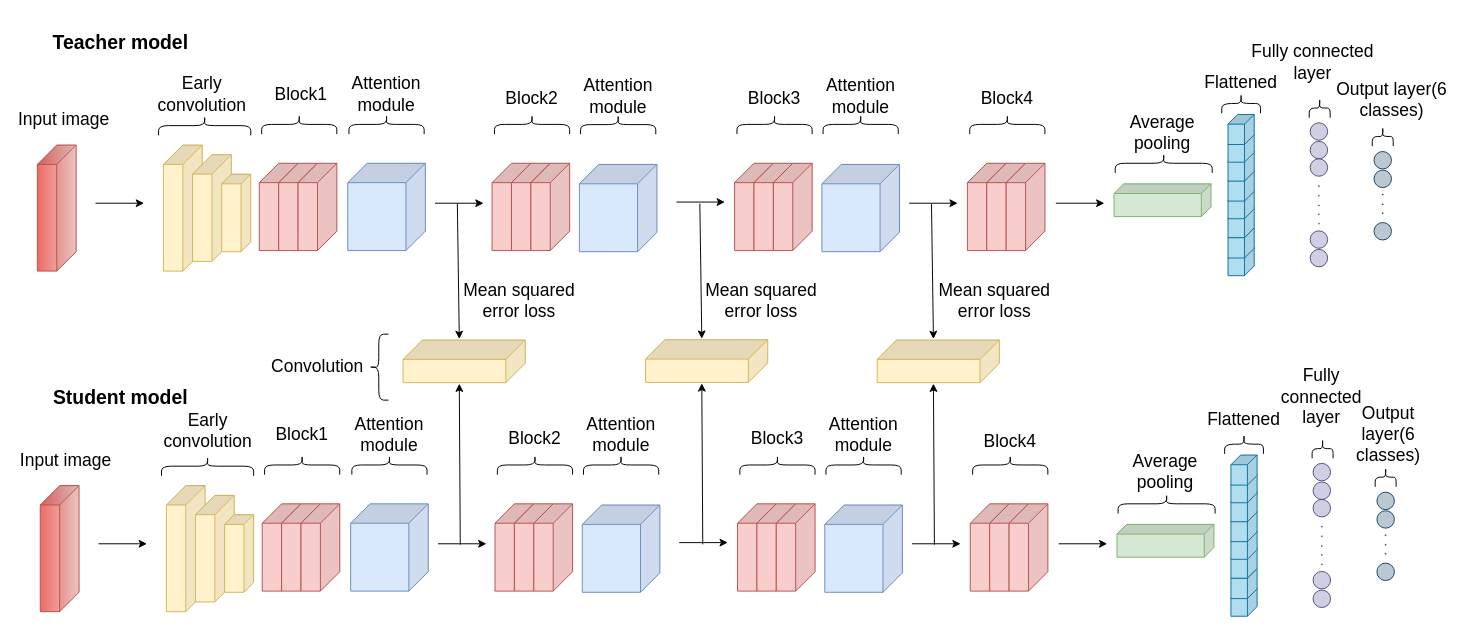
semihhdemirel/semihhdemirel keeps this draw.io diagram as proposed_network.drawio. Above is the earlier version. Source tidied: cells renumbered, new cells numbered last; positions are measured from the earlier drawing's top-left corner, leaving out a move shared by most shapes. Both pictures are drawn from the tidied source at 97%, with x=0, y=0 at pixel (16, 16).
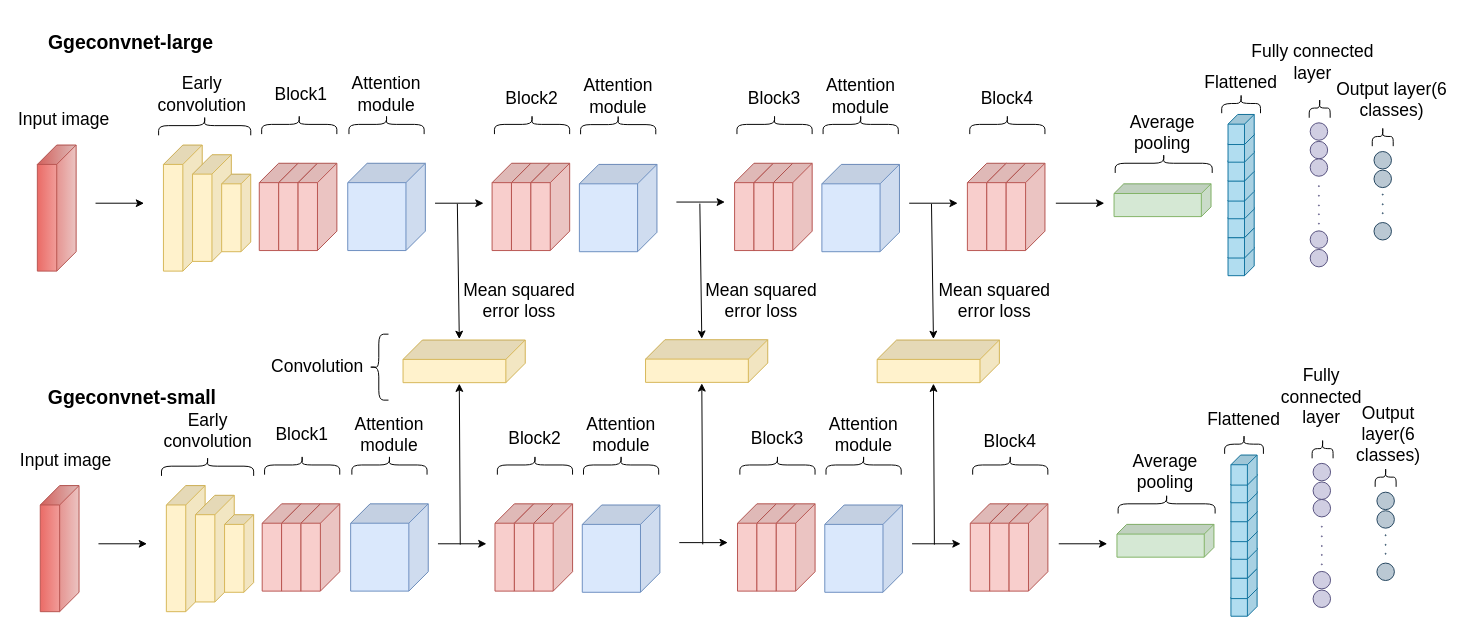
The same diagram, later.

Diff of the diagram source:
```diff
@@
-    <mxCell id="164" value="&lt;b style=&quot;font-size: 20px;&quot;&gt;&lt;font style=&quot;font-size: 20px;&quot;&gt;Teacher model&lt;/font&gt;&lt;/b&gt;" style="text;html=1;align=center;verticalAlign=middle;whiteSpace=wrap;rounded=0;fontSize=20;" parent="1" vertex="1">
-      <mxGeometry x="26.5" width="160" height="49" as="geometry" />
+    <mxCell id="164" value="&lt;b style=&quot;font-size: 20px;&quot;&gt;&lt;font style=&quot;font-size: 20px;&quot;&gt;Ggeconvnet-large&lt;/font&gt;&lt;/b&gt;" style="text;html=1;align=center;verticalAlign=middle;whiteSpace=wrap;rounded=0;fontSize=20;" parent="1" vertex="1">
+      <mxGeometry x="26.5" width="180.5" height="49" as="geometry" />
     </mxCell>
-    <mxCell id="165" value="&lt;b style=&quot;font-size: 20px;&quot;&gt;&lt;font style=&quot;font-size: 20px;&quot;&gt;Student model&lt;/font&gt;&lt;/b&gt;" style="text;html=1;align=center;verticalAlign=middle;whiteSpace=wrap;rounded=0;fontSize=20;" parent="1" vertex="1">
-      <mxGeometry x="26.5" y="366.6" width="160" height="49" as="geometry" />
+    <mxCell id="165" value="&lt;b style=&quot;font-size: 20px;&quot;&gt;&lt;font style=&quot;font-size: 20px;&quot;&gt;Ggeconvnet-small&lt;/font&gt;&lt;/b&gt;" style="text;html=1;align=center;verticalAlign=middle;whiteSpace=wrap;rounded=0;fontSize=20;" parent="1" vertex="1">
+      <mxGeometry x="26.5" y="366.6" width="183.5" height="49" as="geometry" />
     </mxCell>
```
